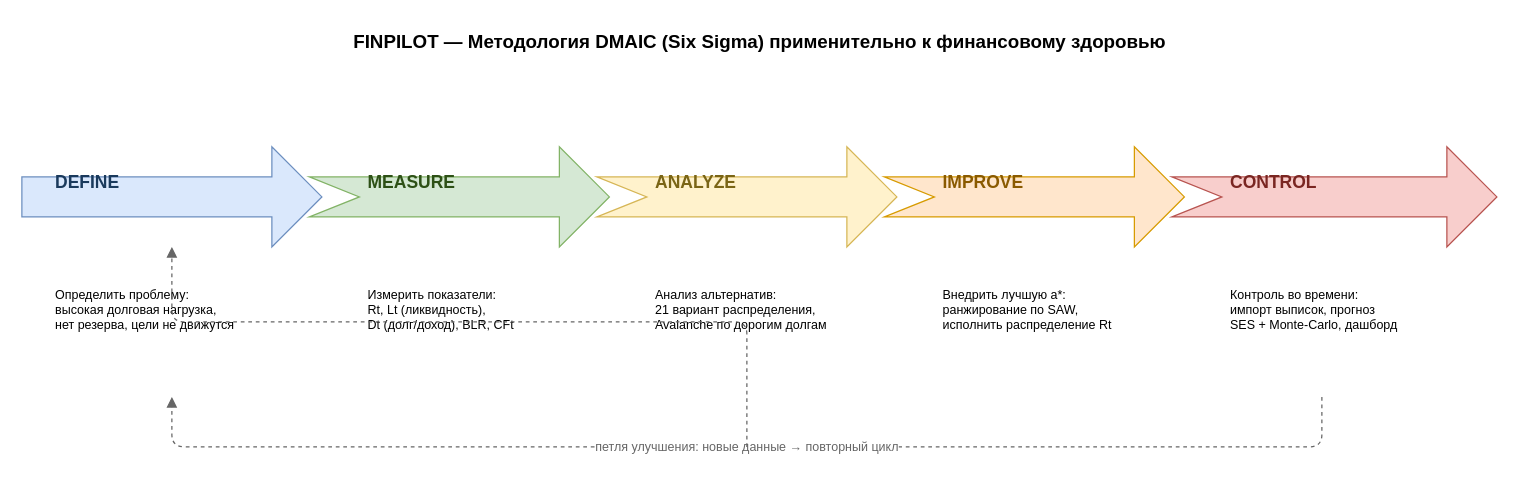
This is docs/diagrams/20_dmaic.drawio from vevdokimovm/personal-finance-dss, a draw.io file, before an edit. Source tidied: cells renumbered, new cells numbered last; positions are measured from the earlier drawing's top-left corner, leaving out a move shared by most shapes. Both pictures are drawn from the tidied source at 125%, with x=0, y=0 at pixel (21, 21).
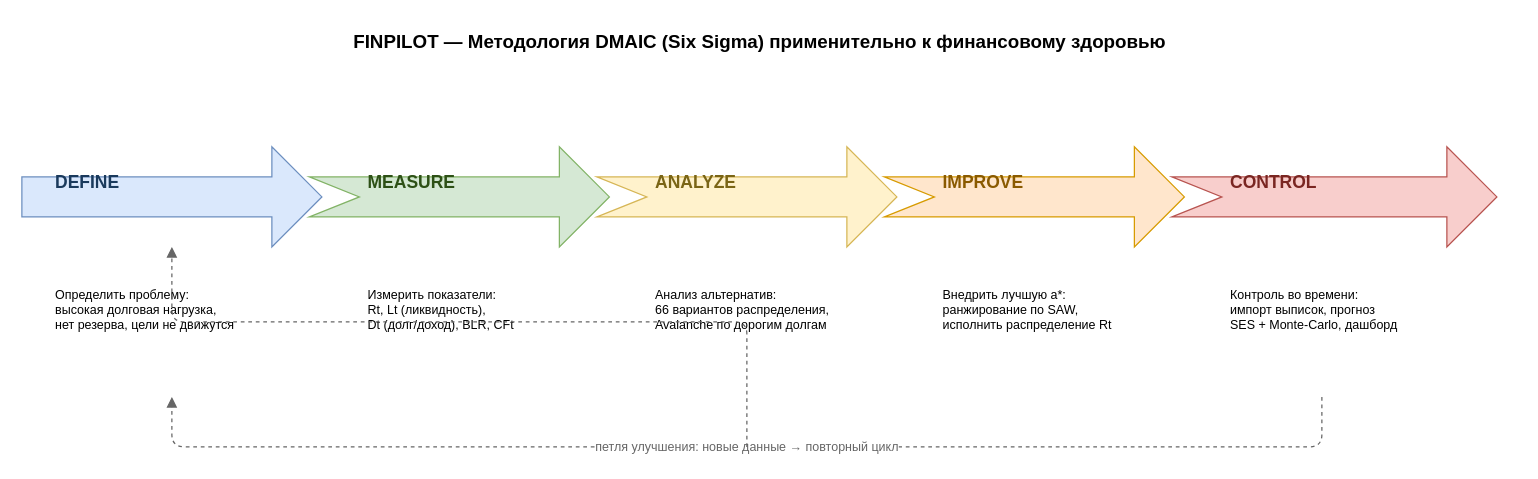
The same diagram, later.

The edit, as a diff of the source:
```diff
@@
-    <mxCell id="11" value="Анализ альтернатив:&#10;21 вариант распределения,&#10;Avalanche по дорогим долгам" style="text;html=1;align=left;verticalAlign=middle;fontSize=10;fillColor=none;strokeColor=none;" parent="1" vertex="1">
+    <mxCell id="11" value="Анализ альтернатив:&#10;66 вариантов распределения,&#10;Avalanche по дорогим долгам" style="text;html=1;align=left;verticalAlign=middle;fontSize=10;fillColor=none;strokeColor=none;" parent="1" vertex="1">
       <mxGeometry x="505" y="200" width="220" height="60" as="geometry" />
     </mxCell>
```
